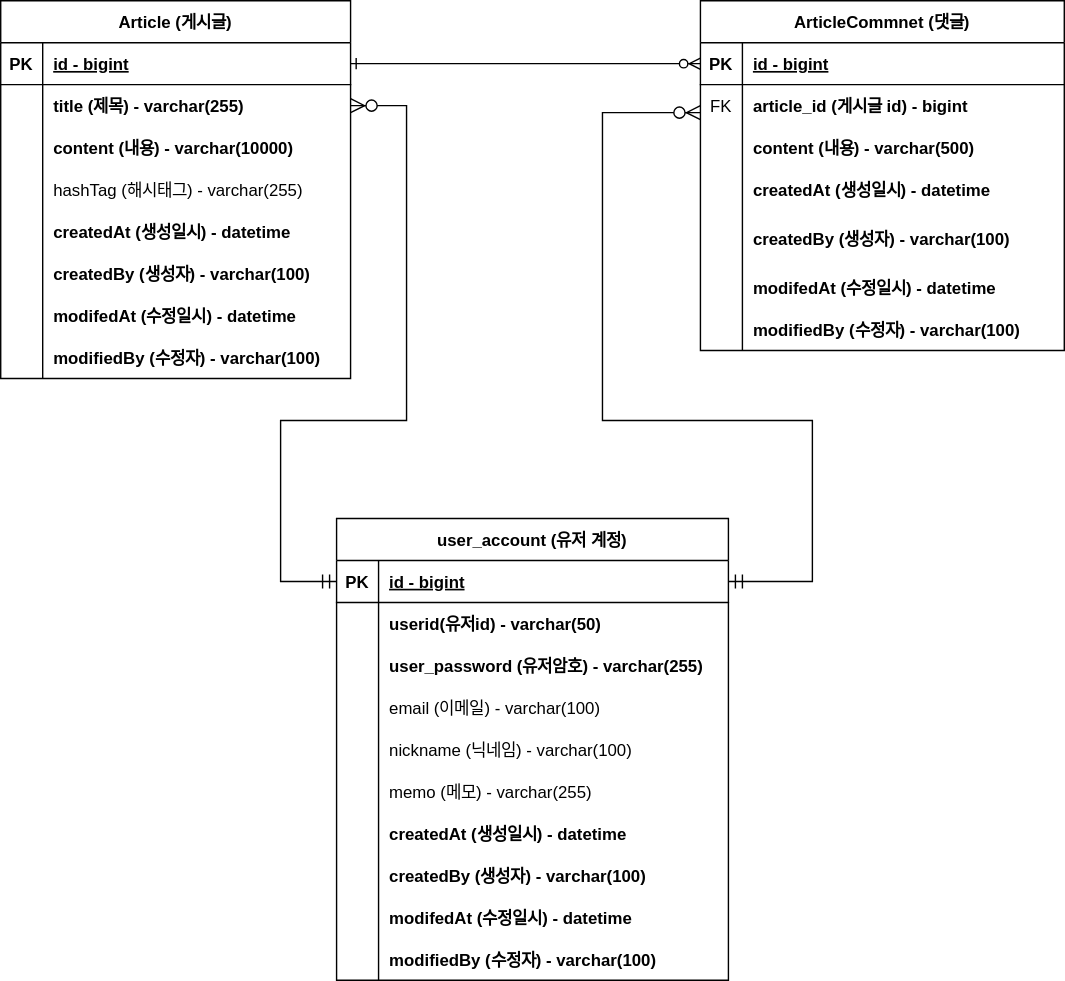
Before: document/project-board-erd.svg, a diagram exported from draw.io (youngeun10/fastcampus-project-board). Source tidied: cells renumbered, new cells last; positions are measured from the earlier drawing's top-left corner, leaving out a move shared by most shapes.
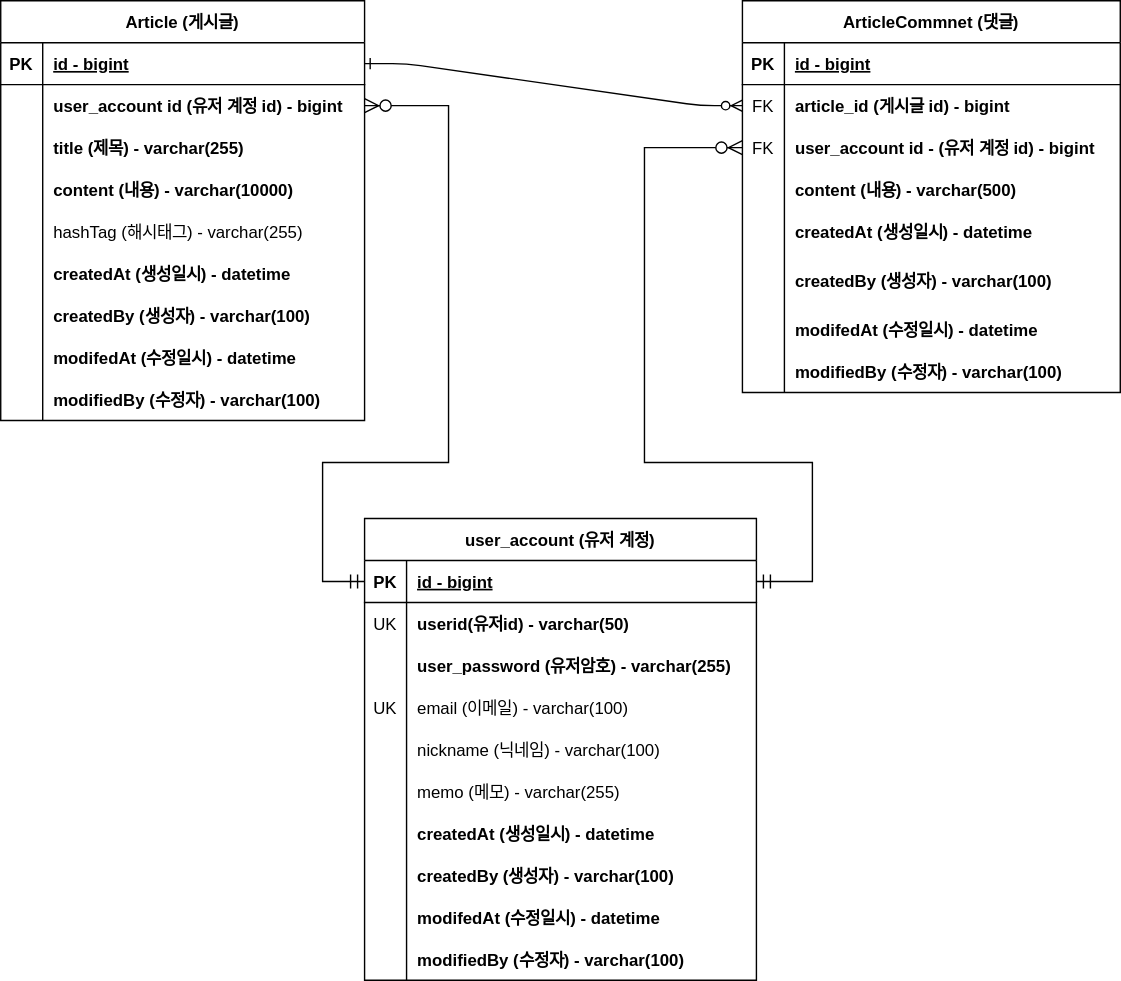
After the change.

Commit message:
#33 - erd 업데이트: 회원 계정 도메인의 이메일에 유니크 키 추

What changed in the source:
```diff
@@ -2,149 +2,167 @@
   <root>
     <mxCell id="0" />
     <mxCell id="1" parent="0" />
-    <mxCell id="2" style="edgeStyle=entityRelationEdgeStyle;endArrow=ERzeroToMany;startArrow=ERone;endFill=1;startFill=0;exitX=1;exitY=0.5;exitDx=0;exitDy=0;entryX=0;entryY=0.5;entryDx=0;entryDy=0;" parent="1" edge="1" source="26" target="4">
+    <mxCell id="2" style="edgeStyle=entityRelationEdgeStyle;endArrow=ERzeroToMany;startArrow=ERone;endFill=1;startFill=0;exitX=1;exitY=0.5;exitDx=0;exitDy=0;entryX=0;entryY=0.5;entryDx=0;entryDy=0;" parent="1" edge="1" source="26" target="7">
       <mxGeometry relative="1" as="geometry" />
     </mxCell>
     <mxCell id="3" value="ArticleCommnet (댓글)" style="shape=table;startSize=30;rowLines=0;fontStyle=1;align=center;" parent="1" vertex="1">
-      <mxGeometry x="500" width="260" height="250" as="geometry" />
+      <mxGeometry x="510" width="270" height="280" as="geometry" />
     </mxCell>
     <mxCell id="4" style="shape=partialRectangle;fillColor=none;points=[[0,0.5],[1,0.5]];portConstraint=eastwest;top=0;left=0;right=0;bottom=1;" parent="3" vertex="1">
-      <mxGeometry y="30" width="260" height="30" as="geometry" />
+      <mxGeometry y="30" width="270" height="30" as="geometry" />
     </mxCell>
     <mxCell id="5" value="PK" style="shape=partialRectangle;overflow=hidden;fillColor=none;top=0;left=0;bottom=0;right=0;fontStyle=1;" parent="4" vertex="1">
       <mxGeometry width="30" height="30" as="geometry" />
     </mxCell>
     <mxCell id="6" value="id - bigint" style="shape=partialRectangle;overflow=hidden;fillColor=none;top=0;left=0;bottom=0;right=0;align=left;spacingLeft=6;fontStyle=5;" parent="4" vertex="1">
-      <mxGeometry x="30" width="230" height="30" as="geometry" />
+      <mxGeometry x="30" width="240" height="30" as="geometry" />
     </mxCell>
     <mxCell id="7" style="shape=partialRectangle;fillColor=none;points=[[0,0.5],[1,0.5]];portConstraint=eastwest;top=0;left=0;right=0;bottom=0;" parent="3" vertex="1">
-      <mxGeometry y="60" width="260" height="30" as="geometry" />
+      <mxGeometry y="60" width="270" height="30" as="geometry" />
     </mxCell>
     <mxCell id="8" value="FK" style="shape=partialRectangle;overflow=hidden;fillColor=none;top=0;left=0;bottom=0;right=0;" parent="7" vertex="1">
       <mxGeometry width="30" height="30" as="geometry" />
     </mxCell>
     <mxCell id="9" value="article_id (게시글 id) - bigint" style="shape=partialRectangle;overflow=hidden;fillColor=none;top=0;left=0;bottom=0;right=0;align=left;spacingLeft=6;fontStyle=1;" parent="7" vertex="1">
-      <mxGeometry x="30" width="230" height="30" as="geometry" />
+      <mxGeometry x="30" width="240" height="30" as="geometry" />
     </mxCell>
+    <mxCell id="83" style="shape=partialRectangle;fillColor=none;points=[[0,0.5],[1,0.5]];portConstraint=eastwest;top=0;left=0;right=0;bottom=0;" parent="3" vertex="1">
+      <mxGeometry y="90" width="270" height="30" as="geometry" />
+    </mxCell>
+    <mxCell id="84" value="FK" style="shape=partialRectangle;overflow=hidden;fillColor=none;top=0;left=0;bottom=0;right=0;" parent="83" vertex="1">
+      <mxGeometry width="30" height="30" as="geometry" />
+    </mxCell>
+    <mxCell id="85" value="user_account id - (유저 계정 id) - bigint" style="shape=partialRectangle;overflow=hidden;fillColor=none;top=0;left=0;bottom=0;right=0;align=left;spacingLeft=6;fontStyle=1;" parent="83" vertex="1">
+      <mxGeometry x="30" width="240" height="30" as="geometry" />
+    </mxCell>
     <mxCell id="10" style="shape=partialRectangle;fillColor=none;top=0;left=0;right=0;bottom=0;" parent="3" vertex="1">
-      <mxGeometry y="90" width="260" height="30" as="geometry" />
+      <mxGeometry y="120" width="270" height="30" as="geometry" />
     </mxCell>
     <mxCell id="11" style="shape=partialRectangle;overflow=hidden;fillColor=none;top=0;left=0;bottom=0;right=0;" parent="10" vertex="1">
       <mxGeometry width="30" height="30" as="geometry" />
     </mxCell>
     <mxCell id="12" value="content (내용) - varchar(500)" style="shape=partialRectangle;overflow=hidden;fillColor=none;top=0;left=0;bottom=0;right=0;align=left;spacingLeft=6;fontStyle=1;" parent="10" vertex="1">
-      <mxGeometry x="30" width="230" height="30" as="geometry" />
+      <mxGeometry x="30" width="240" height="30" as="geometry" />
     </mxCell>
     <mxCell id="13" style="shape=partialRectangle;fillColor=none;top=0;left=0;right=0;bottom=0;" parent="3" vertex="1">
-      <mxGeometry y="120" width="260" height="30" as="geometry" />
+      <mxGeometry y="150" width="270" height="30" as="geometry" />
     </mxCell>
     <mxCell id="14" style="shape=partialRectangle;overflow=hidden;fillColor=none;top=0;left=0;bottom=0;right=0;" parent="13" vertex="1">
       <mxGeometry width="30" height="30" as="geometry" />
     </mxCell>
     <mxCell id="15" value="createdAt (생성일시) - datetime" style="shape=partialRectangle;overflow=hidden;fillColor=none;top=0;left=0;bottom=0;right=0;align=left;spacingLeft=6;fontStyle=1;" parent="13" vertex="1">
-      <mxGeometry x="30" width="230" height="30" as="geometry" />
+      <mxGeometry x="30" width="240" height="30" as="geometry" />
     </mxCell>
     <mxCell id="16" style="shape=partialRectangle;fillColor=none;top=0;left=0;right=0;bottom=0;" parent="3" vertex="1">
-      <mxGeometry y="150" width="260" height="40" as="geometry" />
+      <mxGeometry y="180" width="270" height="40" as="geometry" />
     </mxCell>
     <mxCell id="17" style="shape=partialRectangle;overflow=hidden;fillColor=none;top=0;left=0;bottom=0;right=0;" parent="16" vertex="1">
       <mxGeometry width="30" height="40" as="geometry" />
     </mxCell>
     <mxCell id="18" value="createdBy (생성자) - varchar(100)" style="shape=partialRectangle;overflow=hidden;fillColor=none;top=0;left=0;bottom=0;right=0;align=left;spacingLeft=6;fontStyle=1;" parent="16" vertex="1">
-      <mxGeometry x="30" width="230" height="40" as="geometry" />
+      <mxGeometry x="30" width="240" height="40" as="geometry" />
     </mxCell>
     <mxCell id="19" style="shape=partialRectangle;fillColor=none;top=0;left=0;right=0;bottom=0;" parent="3" vertex="1">
-      <mxGeometry y="190" width="260" height="30" as="geometry" />
+      <mxGeometry y="220" width="270" height="30" as="geometry" />
     </mxCell>
     <mxCell id="20" style="shape=partialRectangle;overflow=hidden;fillColor=none;top=0;left=0;bottom=0;right=0;" parent="19" vertex="1">
       <mxGeometry width="30" height="30" as="geometry" />
     </mxCell>
     <mxCell id="21" value="modifedAt (수정일시) - datetime" style="shape=partialRectangle;overflow=hidden;fillColor=none;top=0;left=0;bottom=0;right=0;align=left;spacingLeft=6;fontStyle=1;" parent="19" vertex="1">
-      <mxGeometry x="30" width="230" height="30" as="geometry" />
+      <mxGeometry x="30" width="240" height="30" as="geometry" />
     </mxCell>
     <mxCell id="22" style="shape=partialRectangle;fillColor=none;top=0;left=0;right=0;bottom=0;" parent="3" vertex="1">
-      <mxGeometry y="220" width="260" height="30" as="geometry" />
+      <mxGeometry y="250" width="270" height="30" as="geometry" />
     </mxCell>
     <mxCell id="23" style="shape=partialRectangle;overflow=hidden;fillColor=none;top=0;left=0;bottom=0;right=0;" parent="22" vertex="1">
       <mxGeometry width="30" height="30" as="geometry" />
     </mxCell>
     <mxCell id="24" value="modifiedBy (수정자) - varchar(100)" style="shape=partialRectangle;overflow=hidden;fillColor=none;top=0;left=0;bottom=0;right=0;align=left;spacingLeft=6;fontStyle=1;" parent="22" vertex="1">
-      <mxGeometry x="30" width="230" height="30" as="geometry" />
+      <mxGeometry x="30" width="240" height="30" as="geometry" />
     </mxCell>
     <mxCell id="25" value="Article (게시글)" style="shape=table;startSize=30;rowLines=0;fontStyle=1;align=center;" parent="1" vertex="1">
-      <mxGeometry width="250" height="270" as="geometry" />
+      <mxGeometry x="-20" width="260" height="300" as="geometry" />
     </mxCell>
     <mxCell id="26" style="shape=partialRectangle;fillColor=none;points=[[0,0.5],[1,0.5]];portConstraint=eastwest;top=0;left=0;right=0;bottom=1;" parent="25" vertex="1">
-      <mxGeometry y="30" width="250" height="30" as="geometry" />
+      <mxGeometry y="30" width="260" height="30" as="geometry" />
     </mxCell>
     <mxCell id="27" value="PK" style="shape=partialRectangle;overflow=hidden;fillColor=none;top=0;left=0;bottom=0;right=0;fontStyle=1;" parent="26" vertex="1">
       <mxGeometry width="30" height="30" as="geometry" />
     </mxCell>
     <mxCell id="28" value="id - bigint" style="shape=partialRectangle;overflow=hidden;fillColor=none;top=0;left=0;bottom=0;right=0;align=left;spacingLeft=6;fontStyle=5;" parent="26" vertex="1">
-      <mxGeometry x="30" width="220" height="30" as="geometry" />
+      <mxGeometry x="30" width="230" height="30" as="geometry" />
     </mxCell>
     <mxCell id="29" style="shape=partialRectangle;fillColor=none;points=[[0,0.5],[1,0.5]];portConstraint=eastwest;top=0;left=0;right=0;bottom=0;" parent="25" vertex="1">
-      <mxGeometry y="60" width="250" height="30" as="geometry" />
+      <mxGeometry y="60" width="260" height="30" as="geometry" />
     </mxCell>
     <mxCell id="30" style="shape=partialRectangle;overflow=hidden;fillColor=none;top=0;left=0;bottom=0;right=0;" parent="29" vertex="1">
       <mxGeometry width="30" height="30" as="geometry" />
     </mxCell>
-    <mxCell id="31" value="title (제목) - varchar(255)" style="shape=partialRectangle;overflow=hidden;fillColor=none;top=0;left=0;bottom=0;right=0;align=left;spacingLeft=6;fontStyle=1;" parent="29" vertex="1">
-      <mxGeometry x="30" width="220" height="30" as="geometry" />
+    <mxCell id="31" value="user_account id (유저 계정 id) - bigint" style="shape=partialRectangle;overflow=hidden;fillColor=none;top=0;left=0;bottom=0;right=0;align=left;spacingLeft=6;fontStyle=1;" parent="29" vertex="1">
+      <mxGeometry x="30" width="230" height="30" as="geometry" />
     </mxCell>
+    <mxCell id="86" style="shape=partialRectangle;fillColor=none;top=0;left=0;right=0;bottom=0;" parent="25" vertex="1">
+      <mxGeometry y="90" width="260" height="30" as="geometry" />
+    </mxCell>
+    <mxCell id="87" style="shape=partialRectangle;overflow=hidden;fillColor=none;top=0;left=0;bottom=0;right=0;" parent="86" vertex="1">
+      <mxGeometry width="30" height="30" as="geometry" />
+    </mxCell>
+    <mxCell id="88" value="title (제목) - varchar(255)" style="shape=partialRectangle;overflow=hidden;fillColor=none;top=0;left=0;bottom=0;right=0;align=left;spacingLeft=6;fontStyle=1;" parent="86" vertex="1">
+      <mxGeometry x="30" width="230" height="30" as="geometry" />
+    </mxCell>
     <mxCell id="32" style="shape=partialRectangle;fillColor=none;top=0;left=0;right=0;bottom=0;" parent="25" vertex="1">
-      <mxGeometry y="90" width="250" height="30" as="geometry" />
+      <mxGeometry y="120" width="260" height="30" as="geometry" />
     </mxCell>
     <mxCell id="33" style="shape=partialRectangle;overflow=hidden;fillColor=none;top=0;left=0;bottom=0;right=0;" parent="32" vertex="1">
       <mxGeometry width="30" height="30" as="geometry" />
     </mxCell>
     <mxCell id="34" value="content (내용) - varchar(10000)" style="shape=partialRectangle;overflow=hidden;fillColor=none;top=0;left=0;bottom=0;right=0;align=left;spacingLeft=6;fontStyle=1;" parent="32" vertex="1">
-      <mxGeometry x="30" width="220" height="30" as="geometry" />
+      <mxGeometry x="30" width="230" height="30" as="geometry" />
     </mxCell>
     <mxCell id="35" style="shape=partialRectangle;fillColor=none;top=0;left=0;right=0;bottom=0;" parent="25" vertex="1">
-      <mxGeometry y="120" width="250" height="30" as="geometry" />
+      <mxGeometry y="150" width="260" height="30" as="geometry" />
     </mxCell>
     <mxCell id="36" style="shape=partialRectangle;overflow=hidden;fillColor=none;top=0;left=0;bottom=0;right=0;" parent="35" vertex="1">
       <mxGeometry width="30" height="30" as="geometry" />
     </mxCell>
     <mxCell id="37" value="hashTag (해시태그) - varchar(255)" style="shape=partialRectangle;overflow=hidden;fillColor=none;top=0;left=0;bottom=0;right=0;align=left;spacingLeft=6;" parent="35" vertex="1">
-      <mxGeometry x="30" width="220" height="30" as="geometry" />
+      <mxGeometry x="30" width="230" height="30" as="geometry" />
     </mxCell>
     <mxCell id="38" style="shape=partialRectangle;fillColor=none;top=0;left=0;right=0;bottom=0;" parent="25" vertex="1">
-      <mxGeometry y="150" width="250" height="30" as="geometry" />
+      <mxGeometry y="180" width="260" height="30" as="geometry" />
     </mxCell>
     <mxCell id="39" style="shape=partialRectangle;overflow=hidden;fillColor=none;top=0;left=0;bottom=0;right=0;" parent="38" vertex="1">
       <mxGeometry width="30" height="30" as="geometry" />
     </mxCell>
     <mxCell id="40" value="createdAt (생성일시) - datetime" style="shape=partialRectangle;overflow=hidden;fillColor=none;top=0;left=0;bottom=0;right=0;align=left;spacingLeft=6;fontStyle=1;" parent="38" vertex="1">
-      <mxGeometry x="30" width="220" height="30" as="geometry" />
+      <mxGeometry x="30" width="230" height="30" as="geometry" />
     </mxCell>
     <mxCell id="41" style="shape=partialRectangle;fillColor=none;top=0;left=0;right=0;bottom=0;" parent="25" vertex="1">
-      <mxGeometry y="180" width="250" height="30" as="geometry" />
+      <mxGeometry y="210" width="260" height="30" as="geometry" />
     </mxCell>
     <mxCell id="42" style="shape=partialRectangle;overflow=hidden;fillColor=none;top=0;left=0;bottom=0;right=0;" parent="41" vertex="1">
       <mxGeometry width="30" height="30" as="geometry" />
     </mxCell>
     <mxCell id="43" value="createdBy (생성자) - varchar(100)" style="shape=partialRectangle;overflow=hidden;fillColor=none;top=0;left=0;bottom=0;right=0;align=left;spacingLeft=6;fontStyle=1;" parent="41" vertex="1">
-      <mxGeometry x="30" width="220" height="30" as="geometry" />
+      <mxGeometry x="30" width="230" height="30" as="geometry" />
     </mxCell>
     <mxCell id="44" style="shape=partialRectangle;fillColor=none;top=0;left=0;right=0;bottom=0;" parent="25" vertex="1">
-      <mxGeometry y="210" width="250" height="30" as="geometry" />
+      <mxGeometry y="240" width="260" height="30" as="geometry" />
     </mxCell>
     <mxCell id="45" style="shape=partialRectangle;overflow=hidden;fillColor=none;top=0;left=0;bottom=0;right=0;" parent="44" vertex="1">
       <mxGeometry width="30" height="30" as="geometry" />
     </mxCell>
     <mxCell id="46" value="modifedAt (수정일시) - datetime" style="shape=partialRectangle;overflow=hidden;fillColor=none;top=0;left=0;bottom=0;right=0;align=left;spacingLeft=6;fontStyle=1;" parent="44" vertex="1">
-      <mxGeometry x="30" width="220" height="30" as="geometry" />
+      <mxGeometry x="30" width="230" height="30" as="geometry" />
     </mxCell>
     <mxCell id="47" style="shape=partialRectangle;fillColor=none;top=0;left=0;right=0;bottom=0;" parent="25" vertex="1">
-      <mxGeometry y="240" width="250" height="30" as="geometry" />
+      <mxGeometry y="270" width="260" height="30" as="geometry" />
     </mxCell>
     <mxCell id="48" style="shape=partialRectangle;overflow=hidden;fillColor=none;top=0;left=0;bottom=0;right=0;" parent="47" vertex="1">
       <mxGeometry width="30" height="30" as="geometry" />
     </mxCell>
     <mxCell id="49" value="modifiedBy (수정자) - varchar(100)" style="shape=partialRectangle;overflow=hidden;fillColor=none;top=0;left=0;bottom=0;right=0;align=left;spacingLeft=6;fontStyle=1;" parent="47" vertex="1">
-      <mxGeometry x="30" width="220" height="30" as="geometry" />
+      <mxGeometry x="30" width="230" height="30" as="geometry" />
     </mxCell>
     <mxCell id="50" value="user_account (유저 계정)" style="shape=table;startSize=30;rowLines=0;fontStyle=1;align=center;" parent="1" vertex="1">
       <mxGeometry x="240" y="370" width="280" height="330" as="geometry" />
@@ -161,7 +179,7 @@
     <mxCell id="54" style="shape=partialRectangle;fillColor=none;top=0;left=0;right=0;bottom=0;" parent="50" vertex="1">
       <mxGeometry y="60" width="280" height="30" as="geometry" />
     </mxCell>
-    <mxCell id="55" style="shape=partialRectangle;overflow=hidden;fillColor=none;top=0;left=0;bottom=0;right=0;" parent="54" vertex="1">
+    <mxCell id="55" value="UK" style="shape=partialRectangle;overflow=hidden;fillColor=none;top=0;left=0;bottom=0;right=0;" parent="54" vertex="1">
       <mxGeometry width="30" height="30" as="geometry" />
     </mxCell>
     <mxCell id="56" value="userid(유저id) - varchar(50)" style="shape=partialRectangle;overflow=hidden;fillColor=none;top=0;left=0;bottom=0;right=0;align=left;spacingLeft=6;fontStyle=1;" parent="54" vertex="1">
@@ -179,7 +197,7 @@
     <mxCell id="60" style="shape=partialRectangle;fillColor=none;top=0;left=0;right=0;bottom=0;" parent="50" vertex="1">
       <mxGeometry y="120" width="280" height="30" as="geometry" />
     </mxCell>
-    <mxCell id="61" style="shape=partialRectangle;overflow=hidden;fillColor=none;top=0;left=0;bottom=0;right=0;" parent="60" vertex="1">
+    <mxCell id="61" value="UK" style="shape=partialRectangle;overflow=hidden;fillColor=none;top=0;left=0;bottom=0;right=0;" parent="60" vertex="1">
       <mxGeometry width="30" height="30" as="geometry" />
     </mxCell>
     <mxCell id="62" value="email (이메일) - varchar(100)" style="shape=partialRectangle;overflow=hidden;fillColor=none;top=0;left=0;bottom=0;right=0;align=left;spacingLeft=6;" parent="60" vertex="1">
@@ -242,21 +260,20 @@
     <mxCell id="81" style="edgeStyle=orthogonalEdgeStyle;fontSize=12;html=1;endArrow=ERzeroToMany;startArrow=ERmandOne;rounded=0;startSize=8;endSize=8;entryX=1;entryY=0.5;entryDx=0;entryDy=0;exitX=0;exitY=0.5;exitDx=0;exitDy=0;" parent="1" edge="1" source="51" target="29">
       <mxGeometry relative="1" as="geometry">
         <Array as="points">
-          <mxPoint x="200" y="415" />
-          <mxPoint x="200" y="300" />
-          <mxPoint x="290" y="300" />
-          <mxPoint x="290" y="75" />
+          <mxPoint x="210" y="415" />
+          <mxPoint x="210" y="330" />
+          <mxPoint x="300" y="330" />
+          <mxPoint x="300" y="75" />
         </Array>
       </mxGeometry>
     </mxCell>
-    <mxCell id="82" style="edgeStyle=orthogonalEdgeStyle;fontSize=12;html=1;endArrow=ERzeroToMany;startArrow=ERmandOne;rounded=0;startSize=8;endSize=8;exitX=1;exitY=0.5;exitDx=0;exitDy=0;" parent="1" edge="1" source="51">
+    <mxCell id="82" style="edgeStyle=orthogonalEdgeStyle;fontSize=12;html=1;endArrow=ERzeroToMany;startArrow=ERmandOne;rounded=0;startSize=8;endSize=8;exitX=1;exitY=0.5;exitDx=0;exitDy=0;entryX=0;entryY=0.5;entryDx=0;entryDy=0;" parent="1" edge="1" source="51" target="83">
       <mxGeometry relative="1" as="geometry">
-        <mxPoint x="500" y="80" as="targetPoint" />
         <Array as="points">
-          <mxPoint x="580" y="415" />
-          <mxPoint x="580" y="300" />
-          <mxPoint x="430" y="300" />
-          <mxPoint x="430" y="80" />
+          <mxPoint x="560" y="415" />
+          <mxPoint x="560" y="330" />
+          <mxPoint x="440" y="330" />
+          <mxPoint x="440" y="105" />
         </Array>
       </mxGeometry>
     </mxCell>
```
